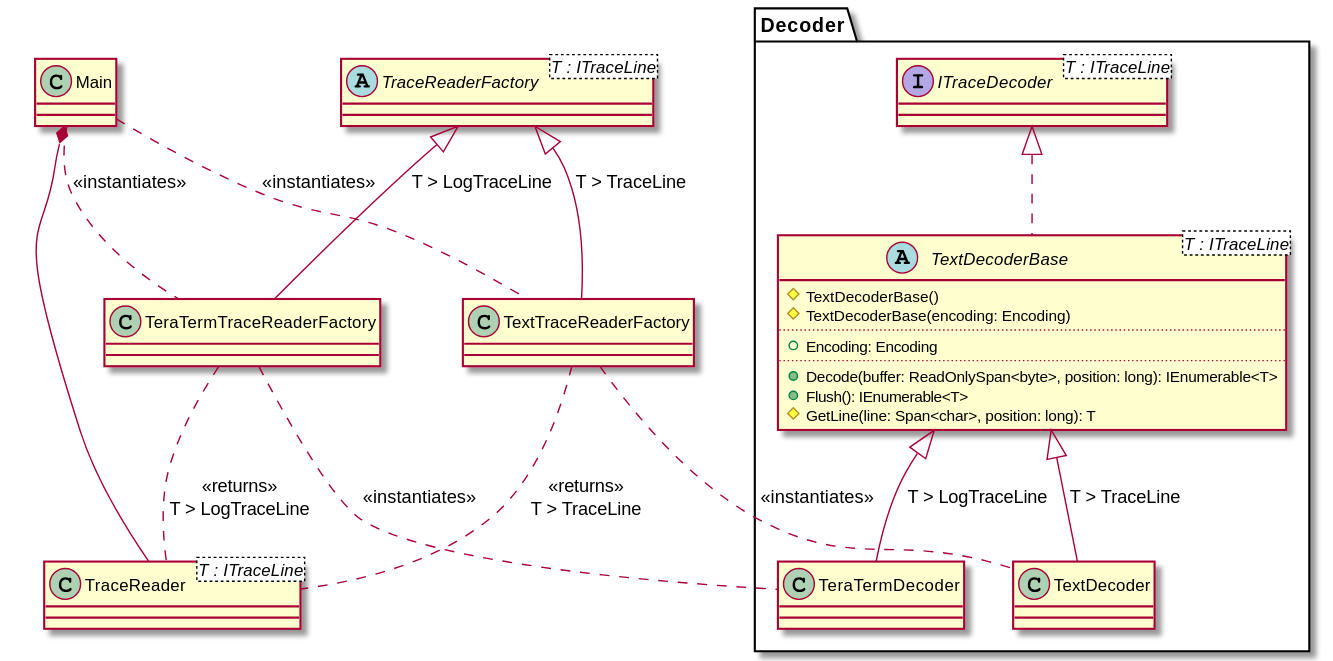
The PlantUML diagram docs/out/diagrams/TextDecoder/TextDecoder.svg in jcurl/RJCP.DLL.Log, before a commit. The source it was exported from:
```plantuml
@startuml TextDecoder
class Main

namespace Decoder {
    interface ITraceDecoder<T : ITraceLine>
    abstract class TextDecoderBase<T : ITraceLine> {
        #TextDecoderBase()
        #TextDecoderBase(encoding: Encoding)
        ..
        +Encoding: Encoding
        ..
        +Decode(buffer: ReadOnlySpan<byte>, position: long): IEnumerable<T>
        +Flush(): IEnumerable<T>
        #GetLine(line: Span<char>, position: long): T
    }

    class TextDecoder
    class TeraTermDecoder
}

Decoder.ITraceDecoder <|.. Decoder.TextDecoderBase
Decoder.TextDecoderBase <|-- Decoder.TextDecoder : T > TraceLine
Decoder.TextDecoderBase <|-- Decoder.TeraTermDecoder : T > LogTraceLine

abstract class TraceReaderFactory<T : ITraceLine>
class TraceReader<T : ITraceLine>
class TeraTermTraceReaderFactory
class TextTraceReaderFactory

TraceReaderFactory <|-- TextTraceReaderFactory : T > TraceLine
TraceReaderFactory <|-- TeraTermTraceReaderFactory : T > LogTraceLine

TextTraceReaderFactory .. Decoder.TextDecoder : <<instantiates>>
TextTraceReaderFactory .. TraceReader : <<returns>>\nT > TraceLine

TeraTermTraceReaderFactory .. Decoder.TeraTermDecoder : <<instantiates>>
TeraTermTraceReaderFactory .. TraceReader : <<returns>>\nT > LogTraceLine

Main .. TeraTermTraceReaderFactory : <<instantiates>>
Main .. TextTraceReaderFactory : <<instantiates>>
TraceReader --* Main
@enduml
```
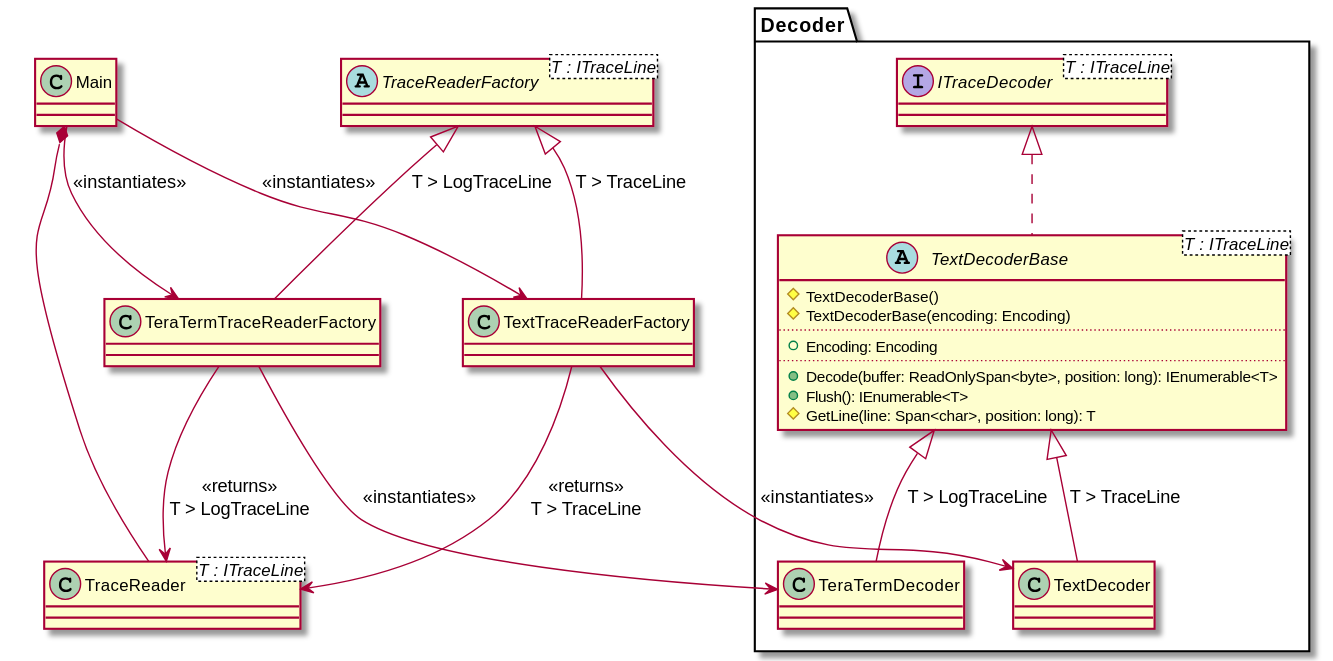
The same diagram one commit later.

Diff of the diagram source:
```diff
@@ -30,13 +30,13 @@
 TraceReaderFactory <|-- TextTraceReaderFactory : T > TraceLine
 TraceReaderFactory <|-- TeraTermTraceReaderFactory : T > LogTraceLine
 
-TextTraceReaderFactory .. Decoder.TextDecoder : <<instantiates>>
-TextTraceReaderFactory .. TraceReader : <<returns>>\nT > TraceLine
+TextTraceReaderFactory --> Decoder.TextDecoder : <<instantiates>>
+TextTraceReaderFactory --> TraceReader : <<returns>>\nT > TraceLine
 
-TeraTermTraceReaderFactory .. Decoder.TeraTermDecoder : <<instantiates>>
-TeraTermTraceReaderFactory .. TraceReader : <<returns>>\nT > LogTraceLine
+TeraTermTraceReaderFactory --> Decoder.TeraTermDecoder : <<instantiates>>
+TeraTermTraceReaderFactory --> TraceReader : <<returns>>\nT > LogTraceLine
 
-Main .. TeraTermTraceReaderFactory : <<instantiates>>
-Main .. TextTraceReaderFactory : <<instantiates>>
+Main --> TeraTermTraceReaderFactory : <<instantiates>>
+Main --> TextTraceReaderFactory : <<instantiates>>
 TraceReader --* Main
 @enduml
```
